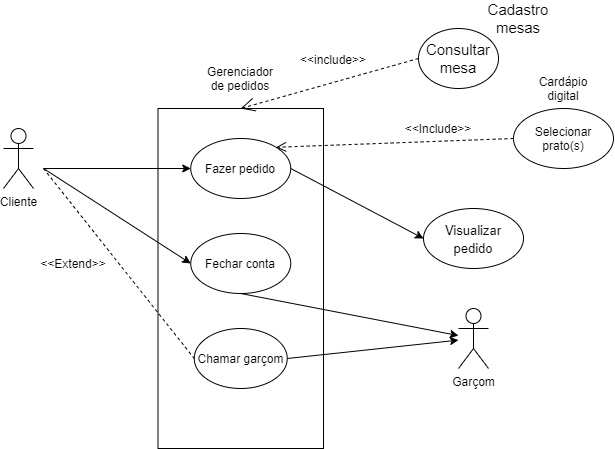
Above: AssitenteEletronico.drawio.png in hinname/project-Restaurant (draw.io), before the change. Source tidied: cells renumbered, new cells last; positions are measured from the earlier drawing's top-left corner, leaving out a move shared by most shapes.
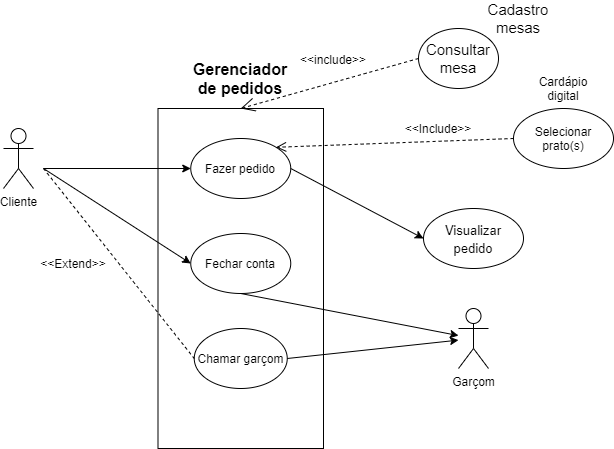
After the change.

What changed in the source:
```diff
@@ -8,7 +8,7 @@
     <mxCell id="3" value="Cliente" style="shape=umlActor;verticalLabelPosition=bottom;verticalAlign=top;html=1;" parent="1" vertex="1">
       <mxGeometry y="120" width="30" height="60" as="geometry" />
     </mxCell>
-    <mxCell id="4" value="Gerenciador de pedidos" style="text;html=1;strokeColor=none;fillColor=none;align=center;verticalAlign=middle;whiteSpace=wrap;rounded=0;" parent="1" vertex="1">
+    <mxCell id="4" value="&lt;b&gt;&lt;font style=&quot;font-size: 16px&quot;&gt;Gerenciador de pedidos&lt;/font&gt;&lt;/b&gt;" style="text;html=1;strokeColor=none;fillColor=none;align=center;verticalAlign=middle;whiteSpace=wrap;rounded=0;" parent="1" vertex="1">
       <mxGeometry x="217.2" y="60" width="40" height="20" as="geometry" />
     </mxCell>
     <mxCell id="5" value="Garçom" style="shape=umlActor;verticalLabelPosition=bottom;verticalAlign=top;html=1;outlineConnect=0;" parent="1" vertex="1">
```
